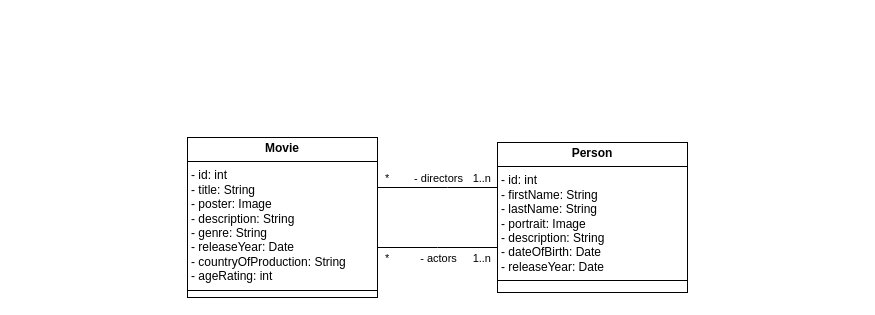
CodeURJC-FW-2025-26/webapp04 keeps this draw.io diagram as uml/uml_entities.drawio. Above is the earlier version. Source tidied: cells renumbered, new cells numbered last; positions are measured from the earlier drawing's top-left corner, leaving out a move shared by most shapes. Both pictures are drawn from the tidied source at 100%, with x=0, y=0 at pixel (187, 137).
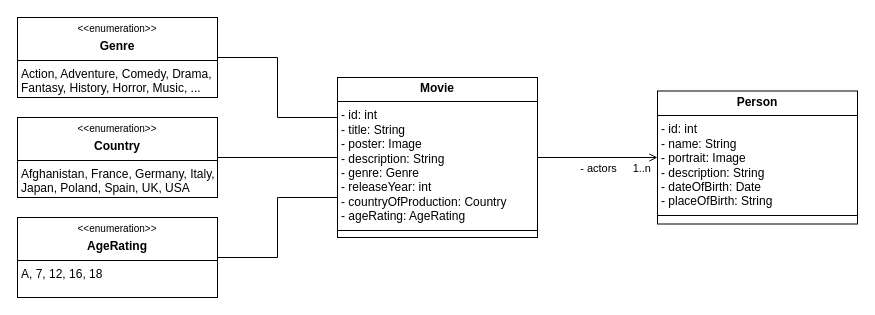
Above is the later version.

The edit, as a diff of the source:
```diff
@@
 <mxGraphModel>
   <root>
     <mxCell id="0" />
     <mxCell id="1" parent="0" />
-    <mxCell id="2" style="edgeStyle=orthogonalEdgeStyle;rounded=0;jettySize=auto;html=1;endArrow=none;startFill=0;" parent="1" edge="1" source="10" target="11">
-      <mxGeometry relative="1" as="geometry">
-        <Array as="points">
-          <mxPoint x="260" y="50" />
-          <mxPoint x="260" y="50" />
-        </Array>
-      </mxGeometry>
-    </mxCell>
-    <mxCell id="3" value="- directors" style="edgeLabel;html=1;align=center;verticalAlign=middle;" parent="2" vertex="1">
-      <mxGeometry y="10" relative="1" as="geometry" />
-    </mxCell>
-    <mxCell id="4" value="1..n" style="edgeLabel;html=1;align=right;verticalAlign=middle;" parent="2" vertex="1">
-      <mxGeometry x="0.9" y="10" relative="1" as="geometry" />
-    </mxCell>
-    <mxCell id="5" value="*" style="edgeLabel;html=1;align=left;verticalAlign=middle;" parent="2" vertex="1">
-      <mxGeometry x="-0.9" y="10" relative="1" as="geometry" />
-    </mxCell>
-    <mxCell id="6" style="edgeStyle=orthogonalEdgeStyle;rounded=0;jettySize=auto;html=1;endArrow=none;startFill=0;" parent="1" edge="1" source="10" target="11">
+    <mxCell id="6" style="edgeStyle=orthogonalEdgeStyle;rounded=0;jettySize=auto;html=1;endArrow=open;startFill=0;endFill=0;" parent="1" edge="1" source="10" target="11">
       <mxGeometry relative="1" as="geometry">
         <Array as="points">
-          <mxPoint x="250" y="110" />
-          <mxPoint x="250" y="110" />
+          <mxPoint x="343" y="18" />
+          <mxPoint x="343" y="18" />
         </Array>
       </mxGeometry>
     </mxCell>
     <mxCell id="7" value="- actors" style="edgeLabel;html=1;align=center;verticalAlign=middle;" parent="6" vertex="1">
       <mxGeometry y="-10" relative="1" as="geometry" />
     </mxCell>
-    <mxCell id="8" value="*" style="edgeLabel;html=1;align=left;verticalAlign=middle;" parent="6" vertex="1">
-      <mxGeometry x="-0.9" y="-10" relative="1" as="geometry" />
-    </mxCell>
     <mxCell id="9" value="1..n" style="edgeLabel;html=1;align=right;verticalAlign=middle;" parent="6" vertex="1">
       <mxGeometry x="0.9" y="-10" relative="1" as="geometry" />
     </mxCell>
-    <mxCell id="10" value="&lt;p style=&quot;margin:0px;margin-top:4px;text-align:center;&quot;&gt;&lt;b&gt;Movie&lt;/b&gt;&lt;/p&gt;&lt;hr size=&quot;1&quot; style=&quot;border-style:solid;&quot;&gt;&lt;p style=&quot;margin:0px;margin-left:4px;&quot;&gt;- id: int&lt;/p&gt;&lt;p style=&quot;margin:0px;margin-left:4px;&quot;&gt;- title: String&lt;/p&gt;&lt;p style=&quot;margin:0px;margin-left:4px;&quot;&gt;- poster: Image&lt;/p&gt;&lt;p style=&quot;margin:0px;margin-left:4px;&quot;&gt;- description: String&lt;/p&gt;&lt;p style=&quot;margin:0px;margin-left:4px;&quot;&gt;- genre: String&lt;/p&gt;&lt;p style=&quot;margin:0px;margin-left:4px;&quot;&gt;- releaseYear: Date&lt;/p&gt;&lt;p style=&quot;margin:0px;margin-left:4px;&quot;&gt;- countryOfProduction: String&lt;/p&gt;&lt;p style=&quot;margin:0px;margin-left:4px;&quot;&gt;- ageRating: int&lt;/p&gt;&lt;hr size=&quot;1&quot; style=&quot;border-style:solid;&quot;&gt;&lt;p style=&quot;margin:0px;margin-left:4px;&quot;&gt;&lt;br&gt;&lt;/p&gt;" style="verticalAlign=top;align=left;overflow=fill;html=1;whiteSpace=wrap;" parent="1" vertex="1">
-      <mxGeometry width="190" height="160" as="geometry" />
+    <mxCell id="10" value="&lt;p style=&quot;margin:0px;margin-top:4px;text-align:center;&quot;&gt;&lt;b&gt;Movie&lt;/b&gt;&lt;/p&gt;&lt;hr size=&quot;1&quot; style=&quot;border-style:solid;&quot;&gt;&lt;p style=&quot;margin:0px;margin-left:4px;&quot;&gt;- id: int&lt;/p&gt;&lt;p style=&quot;margin:0px;margin-left:4px;&quot;&gt;- title: String&lt;/p&gt;&lt;p style=&quot;margin:0px;margin-left:4px;&quot;&gt;- poster: Image&lt;/p&gt;&lt;p style=&quot;margin:0px;margin-left:4px;&quot;&gt;- description: String&lt;/p&gt;&lt;p style=&quot;margin:0px;margin-left:4px;&quot;&gt;- genre: Genre&lt;/p&gt;&lt;p style=&quot;margin:0px;margin-left:4px;&quot;&gt;- releaseYear: int&lt;/p&gt;&lt;p style=&quot;margin:0px;margin-left:4px;&quot;&gt;- countryOfProduction: Country&lt;/p&gt;&lt;p style=&quot;margin:0px;margin-left:4px;&quot;&gt;- ageRating: AgeRating&lt;/p&gt;&lt;hr size=&quot;1&quot; style=&quot;border-style:solid;&quot;&gt;&lt;p style=&quot;margin:0px;margin-left:4px;&quot;&gt;&lt;br&gt;&lt;/p&gt;" style="verticalAlign=top;align=left;overflow=fill;html=1;whiteSpace=wrap;" parent="1" vertex="1">
+      <mxGeometry x="150" y="-60" width="200" height="160" as="geometry" />
     </mxCell>
-    <mxCell id="11" value="&lt;p style=&quot;margin:0px;margin-top:4px;text-align:center;&quot;&gt;&lt;b&gt;Person&lt;/b&gt;&lt;/p&gt;&lt;hr size=&quot;1&quot; style=&quot;border-style:solid;&quot;&gt;&lt;p style=&quot;margin:0px;margin-left:4px;&quot;&gt;- id: int&lt;/p&gt;&lt;p style=&quot;margin:0px;margin-left:4px;&quot;&gt;- firstName: String&lt;/p&gt;&lt;p style=&quot;margin:0px;margin-left:4px;&quot;&gt;- lastName: String&lt;/p&gt;&lt;p style=&quot;margin:0px;margin-left:4px;&quot;&gt;- portrait: Image&lt;/p&gt;&lt;p style=&quot;margin:0px;margin-left:4px;&quot;&gt;- description: String&lt;/p&gt;&lt;p style=&quot;margin:0px;margin-left:4px;&quot;&gt;- dateOfBirth: Date&lt;/p&gt;&lt;p style=&quot;margin:0px;margin-left:4px;&quot;&gt;- releaseYear: Date&lt;/p&gt;&lt;hr size=&quot;1&quot; style=&quot;border-style:solid;&quot;&gt;&lt;p style=&quot;margin:0px;margin-left:4px;&quot;&gt;&lt;br&gt;&lt;/p&gt;" style="verticalAlign=top;align=left;overflow=fill;html=1;whiteSpace=wrap;" parent="1" vertex="1">
-      <mxGeometry x="310" y="5" width="190" height="150" as="geometry" />
+    <mxCell id="11" value="&lt;p style=&quot;margin:0px;margin-top:4px;text-align:center;&quot;&gt;&lt;b&gt;Person&lt;/b&gt;&lt;/p&gt;&lt;hr size=&quot;1&quot; style=&quot;border-style:solid;&quot;&gt;&lt;p style=&quot;margin:0px;margin-left:4px;&quot;&gt;- id: int&lt;/p&gt;&lt;p style=&quot;margin:0px;margin-left:4px;&quot;&gt;- name: String&lt;/p&gt;&lt;p style=&quot;margin:0px;margin-left:4px;&quot;&gt;- portrait: Image&lt;/p&gt;&lt;p style=&quot;margin:0px;margin-left:4px;&quot;&gt;- description: String&lt;/p&gt;&lt;p style=&quot;margin:0px;margin-left:4px;&quot;&gt;- dateOfBirth: Date&lt;/p&gt;&lt;p style=&quot;margin:0px;margin-left:4px;&quot;&gt;- placeOfBirth: String&lt;/p&gt;&lt;hr size=&quot;1&quot; style=&quot;border-style:solid;&quot;&gt;&lt;p style=&quot;margin:0px;margin-left:4px;&quot;&gt;&lt;br&gt;&lt;/p&gt;" style="verticalAlign=top;align=left;overflow=fill;html=1;whiteSpace=wrap;" parent="1" vertex="1">
+      <mxGeometry x="470" y="-46.5" width="200" height="133" as="geometry" />
     </mxCell>
+    <mxCell id="12" style="edgeStyle=orthogonalEdgeStyle;rounded=0;jettySize=auto;html=1;entryX=0;entryY=0.25;entryDx=0;entryDy=0;endArrow=none;startFill=0;" parent="1" edge="1" source="13" target="10">
+      <mxGeometry relative="1" as="geometry" />
+    </mxCell>
+    <mxCell id="13" value="&lt;p style=&quot;margin:0px;margin-top:4px;text-align:center;&quot;&gt;&lt;font style=&quot;font-size: 10px;&quot;&gt;&amp;lt;&amp;lt;enumeration&amp;gt;&amp;gt;&lt;/font&gt;&lt;/p&gt;&lt;p style=&quot;margin:0px;margin-top:4px;text-align:center;&quot;&gt;&lt;b&gt;Genre&lt;/b&gt;&lt;/p&gt;&lt;hr size=&quot;1&quot; style=&quot;border-style:solid;&quot;&gt;&lt;p style=&quot;margin:0px;margin-left:4px;&quot;&gt;Action, Adventure,&amp;nbsp;&lt;span style=&quot;background-color: transparent; color: light-dark(rgb(0, 0, 0), rgb(255, 255, 255));&quot;&gt;Comedy, Drama, Fantasy, History,&amp;nbsp;&lt;/span&gt;&lt;span style=&quot;background-color: transparent; color: light-dark(rgb(0, 0, 0), rgb(255, 255, 255));&quot;&gt;Horror, Music, ...&lt;/span&gt;&lt;/p&gt;" style="verticalAlign=top;align=left;overflow=fill;html=1;whiteSpace=wrap;" parent="1" vertex="1">
+      <mxGeometry x="-170" y="-120" width="200" height="80" as="geometry" />
+    </mxCell>
+    <mxCell id="14" style="edgeStyle=orthogonalEdgeStyle;rounded=0;jettySize=auto;html=1;entryX=0;entryY=0.5;entryDx=0;entryDy=0;endArrow=none;startFill=0;" parent="1" edge="1" source="15" target="10">
+      <mxGeometry relative="1" as="geometry" />
+    </mxCell>
+    <mxCell id="15" value="&lt;p style=&quot;margin:0px;margin-top:4px;text-align:center;&quot;&gt;&lt;font style=&quot;font-size: 10px;&quot;&gt;&amp;lt;&amp;lt;enumeration&amp;gt;&amp;gt;&lt;/font&gt;&lt;/p&gt;&lt;p style=&quot;margin:0px;margin-top:4px;text-align:center;&quot;&gt;&lt;b&gt;Country&lt;/b&gt;&lt;/p&gt;&lt;hr size=&quot;1&quot; style=&quot;border-style:solid;&quot;&gt;&lt;p style=&quot;margin:0px;margin-left:4px;&quot;&gt;Afghanistan,&amp;nbsp;&lt;span style=&quot;background-color: transparent; color: light-dark(rgb(0, 0, 0), rgb(255, 255, 255));&quot;&gt;France,&amp;nbsp;&lt;/span&gt;&lt;span style=&quot;background-color: transparent; color: light-dark(rgb(0, 0, 0), rgb(255, 255, 255));&quot;&gt;Germany,&amp;nbsp;&lt;/span&gt;&lt;span style=&quot;background-color: transparent; color: light-dark(rgb(0, 0, 0), rgb(255, 255, 255));&quot;&gt;Italy,&lt;/span&gt;&lt;/p&gt;&lt;p style=&quot;margin:0px;margin-left:4px;&quot;&gt;Japan, Poland, Spain, UK, USA&lt;/p&gt;" style="verticalAlign=top;align=left;overflow=fill;html=1;whiteSpace=wrap;" parent="1" vertex="1">
+      <mxGeometry x="-170" y="-20" width="200" height="80" as="geometry" />
+    </mxCell>
+    <mxCell id="16" style="edgeStyle=orthogonalEdgeStyle;rounded=0;jettySize=auto;html=1;entryX=0;entryY=0.75;entryDx=0;entryDy=0;endArrow=none;startFill=0;" parent="1" edge="1" source="17" target="10">
+      <mxGeometry relative="1" as="geometry" />
+    </mxCell>
+    <mxCell id="17" value="&lt;p style=&quot;margin:0px;margin-top:4px;text-align:center;&quot;&gt;&lt;font style=&quot;font-size: 10px;&quot;&gt;&amp;lt;&amp;lt;enumeration&amp;gt;&amp;gt;&lt;/font&gt;&lt;/p&gt;&lt;p style=&quot;margin:0px;margin-top:4px;text-align:center;&quot;&gt;&lt;b&gt;AgeRating&lt;/b&gt;&lt;/p&gt;&lt;hr size=&quot;1&quot; style=&quot;border-style:solid;&quot;&gt;&lt;p style=&quot;margin:0px;margin-left:4px;&quot;&gt;A, 7, 12, 1&lt;span style=&quot;background-color: transparent; color: light-dark(rgb(0, 0, 0), rgb(255, 255, 255));&quot;&gt;6,&amp;nbsp;&lt;/span&gt;&lt;span style=&quot;background-color: transparent; color: light-dark(rgb(0, 0, 0), rgb(255, 255, 255));&quot;&gt;18&lt;/span&gt;&lt;/p&gt;" style="verticalAlign=top;align=left;overflow=fill;html=1;whiteSpace=wrap;" parent="1" vertex="1">
+      <mxGeometry x="-170" y="80" width="200" height="80" as="geometry" />
+    </mxCell>
   </root>
 </mxGraphModel>
```
